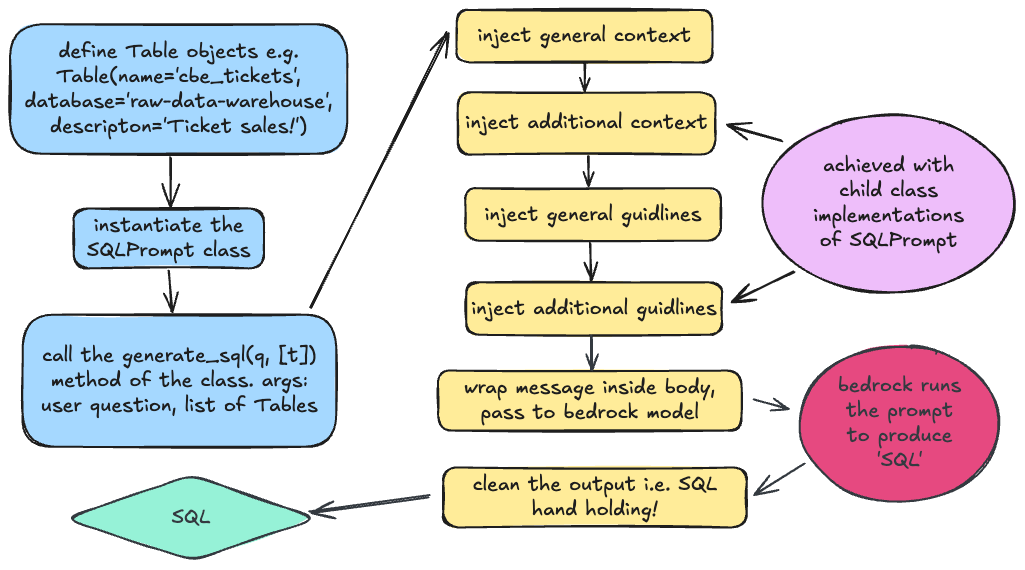
Above: src/sql_ai/sql_prompting/prompting.excalidraw.png in TomWeisner/sql-ai (Excalidraw), before the change. Source tidied: one line per element, renumbered; positions are measured from the earlier drawing's top-left corner, leaving out a move shared by most shapes.
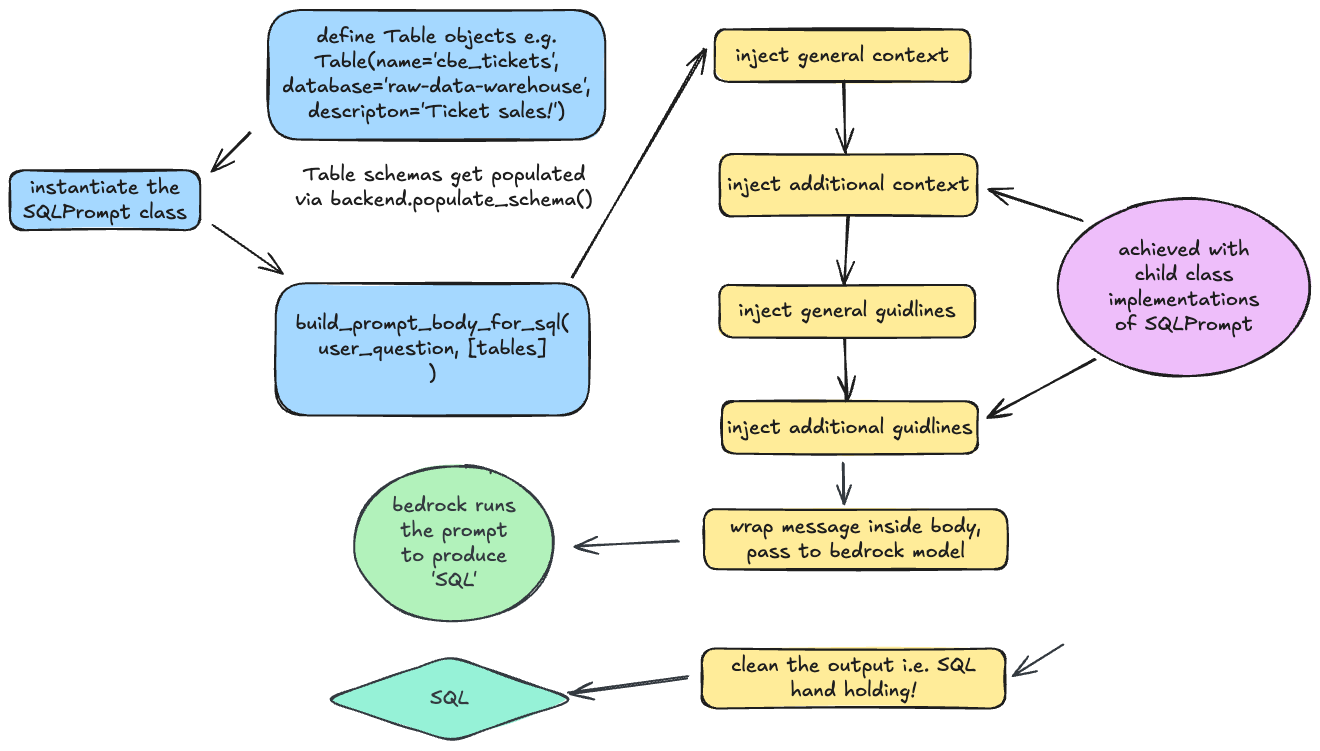
Later version of the same file.

Diff of the diagram source:
```diff
@@ -1,36 +1,31 @@
-{"id": 0, "type": "rectangle", "strokeColor": "#1e1e1e", "backgroundColor": "#a5d8ff", "fillStyle": "solid", "strokeWidth": 2, "roughness": 1, "round": true, "x": 13, "y": 305, "width": 314, "height": 132}
+{"id": 0, "type": "rectangle", "strokeColor": "#1e1e1e", "backgroundColor": "#a5d8ff", "fillStyle": "solid", "strokeWidth": 2, "roughness": 1, "round": true, "x": 7, "y": 92, "width": 314, "height": 132}
-{"id": 1, "type": "text", "text": "call the generate_sql(q, [t])\nmethod of the class. args:\nuser question, list of Tables", "strokeColor": "#1e1e1e", "strokeWidth": 2, "roughness": 1, "fontSize": 20, "fontFamily": 5, "textAlign": "center", "verticalAlign": "middle", "inside": 0, "x": 31, "y": 333, "width": 277, "height": 75}
+{"id": 1, "type": "text", "text": "build_prompt_body_for_sql(\nuser_question, [tables]\n)", "strokeColor": "#1e1e1e", "strokeWidth": 2, "roughness": 1, "fontSize": 20, "fontFamily": 5, "textAlign": "center", "verticalAlign": "middle", "inside": 0, "x": 27, "y": 121, "width": 274, "height": 75}
-{"id": 2, "type": "rectangle", "strokeColor": "#1e1e1e", "backgroundColor": "#a5d8ff", "fillStyle": "solid", "strokeWidth": 2, "roughness": 1, "round": true, "x": 64, "y": 198, "width": 190, "height": 60}
+{"id": 2, "type": "rectangle", "strokeColor": "#1e1e1e", "backgroundColor": "#a5d8ff", "fillStyle": "solid", "strokeWidth": 2, "roughness": 1, "round": true, "x": -259, "y": -21, "width": 190, "height": 60}
-{"id": 3, "type": "text", "text": "instantiate the\nSQLPrompt class", "strokeColor": "#1e1e1e", "backgroundColor": "#b2f2bb", "fillStyle": "solid", "strokeWidth": 2, "roughness": 1, "fontSize": 20, "fontFamily": 5, "textAlign": "center", "verticalAlign": "middle", "inside": 2, "x": 77, "y": 203, "width": 164, "height": 50}
+{"id": 3, "type": "text", "text": "instantiate the\nSQLPrompt class", "strokeColor": "#1e1e1e", "backgroundColor": "#b2f2bb", "fillStyle": "solid", "strokeWidth": 2, "roughness": 1, "fontSize": 20, "fontFamily": 5, "textAlign": "center", "verticalAlign": "middle", "inside": 2, "x": -245, "y": -16, "width": 164, "height": 50}
-{"id": 4, "type": "rectangle", "strokeColor": "#1e1e1e", "backgroundColor": "#a5d8ff", "fillStyle": "solid", "strokeWidth": 2, "roughness": 1, "round": true, "x": 0, "y": 14, "width": 337, "height": 130}
+{"id": 4, "type": "rectangle", "strokeColor": "#1e1e1e", "backgroundColor": "#a5d8ff", "fillStyle": "solid", "strokeWidth": 2, "roughness": 1, "round": true, "x": -1, "y": -181, "width": 337, "height": 130}
-{"id": 5, "type": "text", "text": "define Table objects e.g.\nTable(name='cbe_tickets',\ndatabase='raw-data-warehouse',\ndescripton='Ticket sales!')", "strokeColor": "#1e1e1e", "backgroundColor": "#a5d8ff", "fillStyle": "solid", "strokeWidth": 2, "roughness": 1, "fontSize": 20, "fontFamily": 5, "textAlign": "center", "verticalAlign": "middle", "inside": 4, "x": 14, "y": 29, "width": 309, "height": 100}
+{"id": 5, "type": "text", "text": "define Table objects e.g.\nTable(name='cbe_tickets',\ndatabase='raw-data-warehouse',\ndescripton='Ticket sales!')", "strokeColor": "#1e1e1e", "backgroundColor": "#a5d8ff", "fillStyle": "solid", "strokeWidth": 2, "roughness": 1, "fontSize": 20, "fontFamily": 5, "textAlign": "center", "verticalAlign": "middle", "inside": 4, "x": 14, "y": -166, "width": 309, "height": 100}
-{"id": 6, "type": "arrow", "strokeColor": "#1e1e1e", "backgroundColor": "#a5d8ff", "fillStyle": "solid", "strokeWidth": 2, "roughness": 1, "endArrowhead": "arrow", "round": true, "from": 4, "to": 2, "x": 160, "y": 147, "width": 0, "height": 49, "points": [[0, 0], [0, 49]]}
+{"id": 6, "type": "arrow", "strokeColor": "#1e1e1e", "backgroundColor": "#a5d8ff", "fillStyle": "solid", "strokeWidth": 2, "roughness": 1, "endArrowhead": "arrow", "round": true, "from": 4, "to": 2, "x": -19, "y": -59, "width": 39, "height": 39, "points": [[0, 0], [-39, 39]]}
-{"id": 7, "type": "arrow", "strokeColor": "#1e1e1e", "backgroundColor": "#a5d8ff", "fillStyle": "solid", "strokeWidth": 2, "roughness": 1, "endArrowhead": "arrow", "round": true, "from": 2, "to": 0, "x": 159, "y": 261, "width": 3, "height": 41, "points": [[0, 0], [3, 41]]}
+{"id": 7, "type": "arrow", "strokeColor": "#1e1e1e", "backgroundColor": "#a5d8ff", "fillStyle": "solid", "strokeWidth": 2, "roughness": 1, "endArrowhead": "arrow", "round": true, "from": 2, "to": 0, "x": -56, "y": 34, "width": 68, "height": 47, "points": [[0, 0], [68, 47]]}
-{"id": 8, "type": "rectangle", "strokeColor": "#1e1e1e", "backgroundColor": "#ffec99", "fillStyle": "solid", "strokeWidth": 2, "roughness": 1, "round": true, "x": 447, "y": 0, "width": 256, "height": 52}
+{"id": 8, "type": "rectangle", "strokeColor": "#1e1e1e", "backgroundColor": "#ffec99", "fillStyle": "solid", "strokeWidth": 2, "roughness": 1, "round": true, "x": 446, "y": -162, "width": 256, "height": 52}
-{"id": 9, "type": "text", "text": "inject general context", "strokeColor": "#1e1e1e", "backgroundColor": "#ffec99", "fillStyle": "solid", "strokeWidth": 2, "roughness": 1, "fontSize": 20, "fontFamily": 5, "textAlign": "center", "verticalAlign": "middle", "inside": 8, "x": 468, "y": 14, "width": 214, "height": 25}
+{"id": 9, "type": "text", "text": "inject general context", "strokeColor": "#1e1e1e", "backgroundColor": "#ffec99", "fillStyle": "solid", "strokeWidth": 2, "roughness": 1, "fontSize": 20, "fontFamily": 5, "textAlign": "center", "verticalAlign": "middle", "inside": 8, "x": 467, "y": -148, "width": 214, "height": 25}
-{"id": 10, "type": "rectangle", "strokeColor": "#1e1e1e", "backgroundColor": "#ffec99", "fillStyle": "solid", "strokeWidth": 2, "roughness": 1, "round": true, "x": 448, "y": 82, "width": 258, "height": 62}
+{"id": 10, "type": "rectangle", "strokeColor": "#1e1e1e", "backgroundColor": "#ffec99", "fillStyle": "solid", "strokeWidth": 2, "roughness": 1, "round": true, "x": 451, "y": -37, "width": 258, "height": 62}
-{"id": 11, "type": "text", "text": "inject additional context", "strokeColor": "#1e1e1e", "backgroundColor": "#ffec99", "fillStyle": "solid", "strokeWidth": 2, "roughness": 1, "fontSize": 20, "fontFamily": 5, "textAlign": "center", "verticalAlign": "middle", "inside": 10, "x": 456, "y": 101, "width": 242, "height": 25}
+{"id": 11, "type": "text", "text": "inject additional context", "strokeColor": "#1e1e1e", "backgroundColor": "#ffec99", "fillStyle": "solid", "strokeWidth": 2, "roughness": 1, "fontSize": 20, "fontFamily": 5, "textAlign": "center", "verticalAlign": "middle", "inside": 10, "x": 459, "y": -18, "width": 242, "height": 25}
-{"id": 12, "type": "arrow", "strokeColor": "#1e1e1e", "backgroundColor": "#ffec99", "fillStyle": "solid", "strokeWidth": 2, "roughness": 1, "endArrowhead": "arrow", "round": true, "from": 0, "to": 8, "x": 300, "y": 297, "width": 137, "height": 274, "points": [[0, 0], [137, -274]]}
+{"id": 12, "type": "arrow", "strokeColor": "#1e1e1e", "backgroundColor": "#ffec99", "fillStyle": "solid", "strokeWidth": 2, "roughness": 1, "endArrowhead": "arrow", "round": true, "from": 0, "to": 8, "x": 303, "y": 86, "width": 133, "height": 227, "points": [[0, 0], [133, -227]]}
-{"id": 13, "type": "arrow", "strokeColor": "#1e1e1e", "backgroundColor": "#ffec99", "fillStyle": "solid", "strokeWidth": 2, "roughness": 1, "endArrowhead": "arrow", "round": true, "from": 8, "to": 10, "x": 575, "y": 53, "width": 0, "height": 29, "points": [[0, 0], [0, 29]]}
+{"id": 13, "type": "arrow", "strokeColor": "#1e1e1e", "backgroundColor": "#ffec99", "fillStyle": "solid", "strokeWidth": 2, "roughness": 1, "endArrowhead": "arrow", "round": true, "from": 8, "to": 10, "x": 575, "y": -109, "width": 2, "height": 72, "points": [[0, 0], [2, 72]]}
-{"id": 14, "type": "rectangle", "strokeColor": "#1e1e1e", "backgroundColor": "#ffec99", "fillStyle": "solid", "strokeWidth": 2, "roughness": 1, "round": true, "x": 455, "y": 178, "width": 256, "height": 52}
+{"id": 14, "type": "rectangle", "strokeColor": "#1e1e1e", "backgroundColor": "#ffec99", "fillStyle": "solid", "strokeWidth": 2, "roughness": 1, "round": true, "x": 451, "y": 94, "width": 256, "height": 52}
-{"id": 15, "type": "text", "text": "inject general guidlines", "strokeColor": "#1e1e1e", "backgroundColor": "#ffec99", "fillStyle": "solid", "strokeWidth": 2, "roughness": 1, "fontSize": 20, "fontFamily": 5, "textAlign": "center", "verticalAlign": "middle", "inside": 14, "x": 475, "y": 192, "width": 217, "height": 25}
+{"id": 15, "type": "text", "text": "inject general guidlines", "strokeColor": "#1e1e1e", "backgroundColor": "#ffec99", "fillStyle": "solid", "strokeWidth": 2, "roughness": 1, "fontSize": 20, "fontFamily": 5, "textAlign": "center", "verticalAlign": "middle", "inside": 14, "x": 470, "y": 108, "width": 217, "height": 25}
-{"id": 16, "type": "rectangle", "strokeColor": "#1e1e1e", "backgroundColor": "#ffec99", "fillStyle": "solid", "strokeWidth": 2, "roughness": 1, "round": true, "x": 456, "y": 272, "width": 256, "height": 52}
+{"id": 16, "type": "rectangle", "strokeColor": "#1e1e1e", "backgroundColor": "#ffec99", "fillStyle": "solid", "strokeWidth": 2, "roughness": 1, "round": true, "x": 453, "y": 210, "width": 256, "height": 52}
-{"id": 17, "type": "text", "text": "inject additional guidlines", "strokeColor": "#1e1e1e", "backgroundColor": "#ffec99", "fillStyle": "solid", "strokeWidth": 2, "roughness": 1, "fontSize": 20, "fontFamily": 5, "textAlign": "center", "verticalAlign": "middle", "inside": 16, "x": 461, "y": 286, "width": 245, "height": 25}
+{"id": 17, "type": "text", "text": "inject additional guidlines", "strokeColor": "#1e1e1e", "backgroundColor": "#ffec99", "fillStyle": "solid", "strokeWidth": 2, "roughness": 1, "fontSize": 20, "fontFamily": 5, "textAlign": "center", "verticalAlign": "middle", "inside": 16, "x": 459, "y": 224, "width": 245, "height": 25}
-{"id": 18, "type": "ellipse", "strokeColor": "#1e1e1e", "backgroundColor": "#eebefa", "fillStyle": "solid", "strokeWidth": 2, "roughness": 1, "round": true, "x": 752, "y": 105, "width": 253, "height": 178}
+{"id": 18, "type": "ellipse", "strokeColor": "#1e1e1e", "backgroundColor": "#eebefa", "fillStyle": "solid", "strokeWidth": 2, "roughness": 1, "round": true, "x": 789, "y": 7, "width": 253, "height": 178}
-{"id": 19, "type": "text", "text": "achieved with\nchild class\nimplementations\nof SQLPrompt", "strokeColor": "#1e1e1e", "backgroundColor": "#ffec99", "fillStyle": "solid", "strokeWidth": 2, "roughness": 1, "fontSize": 20, "fontFamily": 5, "textAlign": "center", "verticalAlign": "middle", "inside": 18, "x": 803, "y": 144, "width": 151, "height": 100}
+{"id": 19, "type": "text", "text": "achieved with\nchild class\nimplementations\nof SQLPrompt", "strokeColor": "#1e1e1e", "backgroundColor": "#ffec99", "fillStyle": "solid", "strokeWidth": 2, "roughness": 1, "fontSize": 20, "fontFamily": 5, "textAlign": "center", "verticalAlign": "middle", "inside": 18, "x": 840, "y": 46, "width": 151, "height": 100}
-{"id": 20, "type": "arrow", "strokeColor": "#1e1e1e", "backgroundColor": "#ffec99", "fillStyle": "solid", "strokeWidth": 2, "roughness": 1, "endArrowhead": "arrow", "round": true, "from": 18, "to": 10, "x": 773, "y": 131, "width": 54, "height": 16, "points": [[0, 0], [-54, -16]]}
+{"id": 20, "type": "arrow", "strokeColor": "#1e1e1e", "backgroundColor": "#ffec99", "fillStyle": "solid", "strokeWidth": 2, "roughness": 1, "endArrowhead": "arrow", "round": true, "from": 18, "to": 10, "x": 814, "y": 30, "width": 93, "height": 31, "points": [[0, 0], [-93, -31]]}
-{"id": 21, "type": "arrow", "strokeColor": "#1e1e1e", "backgroundColor": "#ffec99", "fillStyle": "solid", "strokeWidth": 2, "roughness": 1, "endArrowhead": "arrow", "round": true, "from": 18, "to": 16, "x": 784, "y": 261, "width": 63, "height": 30, "points": [[0, 0], [-63, 30]]}
+{"id": 21, "type": "arrow", "strokeColor": "#1e1e1e", "backgroundColor": "#ffec99", "fillStyle": "solid", "strokeWidth": 2, "roughness": 1, "endArrowhead": "arrow", "round": true, "from": 18, "to": 16, "x": 827, "y": 168, "width": 108, "height": 58, "points": [[0, 0], [-108, 58]]}
-{"id": 22, "type": "arrow", "strokeColor": "#1e1e1e", "strokeWidth": 2, "roughness": 1, "endArrowhead": "arrow", "round": true, "from": 10, "to": 14, "x": 578, "y": 146, "width": 1, "height": 30, "points": [[0, 0], [1, 30]]}
+{"id": 22, "type": "arrow", "strokeColor": "#1e1e1e", "strokeWidth": 2, "roughness": 1, "endArrowhead": "arrow", "round": true, "from": 10, "to": 14, "x": 579, "y": 26, "width": 3, "height": 68, "points": [[0, 0], [-3, 68]]}
-{"id": 23, "type": "arrow", "strokeColor": "#1e1e1e", "strokeWidth": 2, "roughness": 1, "endArrowhead": "arrow", "round": true, "from": 14, "to": 16, "x": 580, "y": 233, "width": 1, "height": 37, "points": [[0, 0], [1, 37]]}
+{"id": 23, "type": "arrow", "strokeColor": "#1e1e1e", "strokeWidth": 2, "roughness": 1, "endArrowhead": "arrow", "round": true, "from": 14, "to": 16, "x": 576, "y": 147, "width": 2, "height": 63, "points": [[0, 0], [2, 63]]}
-{"id": 24, "type": "rectangle", "strokeColor": "#1e1e1e", "backgroundColor": "#ffec99", "fillStyle": "solid", "strokeWidth": 2, "roughness": 1, "round": true, "x": 428, "y": 361, "width": 304, "height": 60}
+{"id": 24, "type": "rectangle", "strokeColor": "#1e1e1e", "backgroundColor": "#ffec99", "fillStyle": "solid", "strokeWidth": 2, "roughness": 1, "round": true, "x": 435, "y": 318, "width": 304, "height": 60}
-{"id": 25, "type": "text", "text": "wrap message inside body,\npass to bedrock model", "strokeColor": "#1e1e1e", "backgroundColor": "#ffec99", "fillStyle": "solid", "strokeWidth": 2, "roughness": 1, "fontSize": 20, "fontFamily": 5, "textAlign": "center", "verticalAlign": "middle", "inside": 24, "x": 454, "y": 366, "width": 252, "height": 50}
+{"id": 25, "type": "text", "text": "wrap message inside body,\npass to bedrock model", "strokeColor": "#1e1e1e", "backgroundColor": "#ffec99", "fillStyle": "solid", "strokeWidth": 2, "roughness": 1, "fontSize": 20, "fontFamily": 5, "textAlign": "center", "verticalAlign": "middle", "inside": 24, "x": 461, "y": 323, "width": 252, "height": 50}
-{"id": 26, "type": "rectangle", "strokeColor": "#1e1e1e", "backgroundColor": "#ffec99", "fillStyle": "solid", "strokeWidth": 2, "roughness": 1, "round": true, "x": 433, "y": 457, "width": 304, "height": 60}
-{"id": 27, "type": "text", "text": "clean the output i.e. SQL\nhand holding!", "strokeColor": "#1e1e1e", "backgroundColor": "#ffec99", "fillStyle": "solid", "strokeWidth": 2, "roughness": 1, "fontSize": 20, "fontFamily": 5, "textAlign": "center", "verticalAlign": "middle", "inside": 26, "x": 463, "y": 462, "width": 245, "height": 50}
-{"id": 28, "type": "diamond", "strokeColor": "#343a40", "backgroundColor": "#96f2d7", "fillStyle": "solid", "strokeWidth": 2, "roughness": 1, "round": true, "x": 55, "y": 465, "width": 252, "height": 85}
-{"id": 29, "type": "text", "text": "SQL", "strokeColor": "#343a40", "backgroundColor": "#96f2d7", "fillStyle": "solid", "strokeWidth": 2, "roughness": 1, "fontSize": 20, "fontFamily": 5, "textAlign": "center", "verticalAlign": "middle", "inside": 28, "x": 162, "y": 496, "width": 39, "height": 25}
-{"id": 30, "type": "arrow", "strokeColor": "#343a40", "backgroundColor": "#fcc2d7", "fillStyle": "solid", "strokeWidth": 2, "roughness": 1, "endArrowhead": "arrow", "round": true, "from": 26, "to": 28, "x": 419, "y": 486, "width": 119, "height": 16, "points": [[0, 0], [-119, 16]]}
-{"id": 31, "type": "arrow", "strokeColor": "#343a40", "backgroundColor": "#fcc2d7", "fillStyle": "solid", "strokeWidth": 2, "roughness": 1, "endArrowhead": "arrow", "round": true, "from": 16, "to": 24, "x": 581, "y": 326, "width": 0, "height": 34, "points": [[0, 0], [0, 34]]}
+{"id": 31, "type": "arrow", "strokeColor": "#343a40", "backgroundColor": "#fcc2d7", "fillStyle": "solid", "strokeWidth": 2, "roughness": 1, "endArrowhead": "arrow", "round": true, "from": 16, "to": 24, "x": 575, "y": 272, "width": 0, "height": 41, "points": [[0, 0], [0, 41]]}
-{"id": 32, "type": "arrow", "strokeColor": "#343a40", "backgroundColor": "#fcc2d7", "fillStyle": "solid", "strokeWidth": 2, "roughness": 1, "endArrowhead": "arrow", "round": true, "from": 24, "to": 33, "x": 744, "y": 390, "width": 35, "height": 9, "points": [[0, 0], [35, 9]]}
+{"id": 32, "type": "arrow", "strokeColor": "#343a40", "backgroundColor": "#fcc2d7", "fillStyle": "solid", "strokeWidth": 2, "roughness": 1, "endArrowhead": "arrow", "round": true, "from": 24, "to": 33, "x": 410, "y": 350, "width": 103, "height": 6, "points": [[0, 0], [-103, 6]]}
-{"id": 33, "type": "ellipse", "strokeColor": "#343a40", "backgroundColor": "#e64980", "fillStyle": "solid", "strokeWidth": 2, "roughness": 1, "round": true, "x": 790, "y": 336, "width": 199, "height": 156}
+{"id": 33, "type": "ellipse", "strokeColor": "#343a40", "backgroundColor": "#b2f2bb", "fillStyle": "solid", "strokeWidth": 2, "roughness": 1, "round": true, "x": 86, "y": 275, "width": 199, "height": 156}
-{"id": 34, "type": "text", "text": "bedrock runs\nthe prompt\nto produce\n'SQL'", "strokeColor": "#343a40", "backgroundColor": "#e64980", "fillStyle": "solid", "strokeWidth": 2, "roughness": 1, "fontSize": 20, "fontFamily": 5, "textAlign": "center", "verticalAlign": "middle", "inside": 33, "x": 828, "y": 364, "width": 123, "height": 100}
+{"id": 34, "type": "text", "text": "bedrock runs\nthe prompt\nto produce\n'SQL'", "strokeColor": "#343a40", "backgroundColor": "#e64980", "fillStyle": "solid", "strokeWidth": 2, "roughness": 1, "fontSize": 20, "fontFamily": 5, "textAlign": "center", "verticalAlign": "middle", "inside": 33, "x": 124, "y": 302, "width": 123, "height": 100}
-{"id": 35, "type": "arrow", "strokeColor": "#343a40", "backgroundColor": "#e64980", "fillStyle": "solid", "strokeWidth": 2, "roughness": 1, "endArrowhead": "arrow", "round": true, "from": 33, "to": 26, "x": 794, "y": 454, "width": 50, "height": 31, "points": [[0, 0], [-50, 31]]}
+{"id": 36, "type": "text", "text": "Table schemas get populated\nvia backend.populate_schema()", "strokeColor": "#1e1e1e", "backgroundColor": "#b2f2bb", "fillStyle": "solid", "strokeWidth": 2, "roughness": 1, "fontSize": 20, "fontFamily": 5, "textAlign": "center", "x": 24, "y": -29, "width": 303, "height": 50}
```
